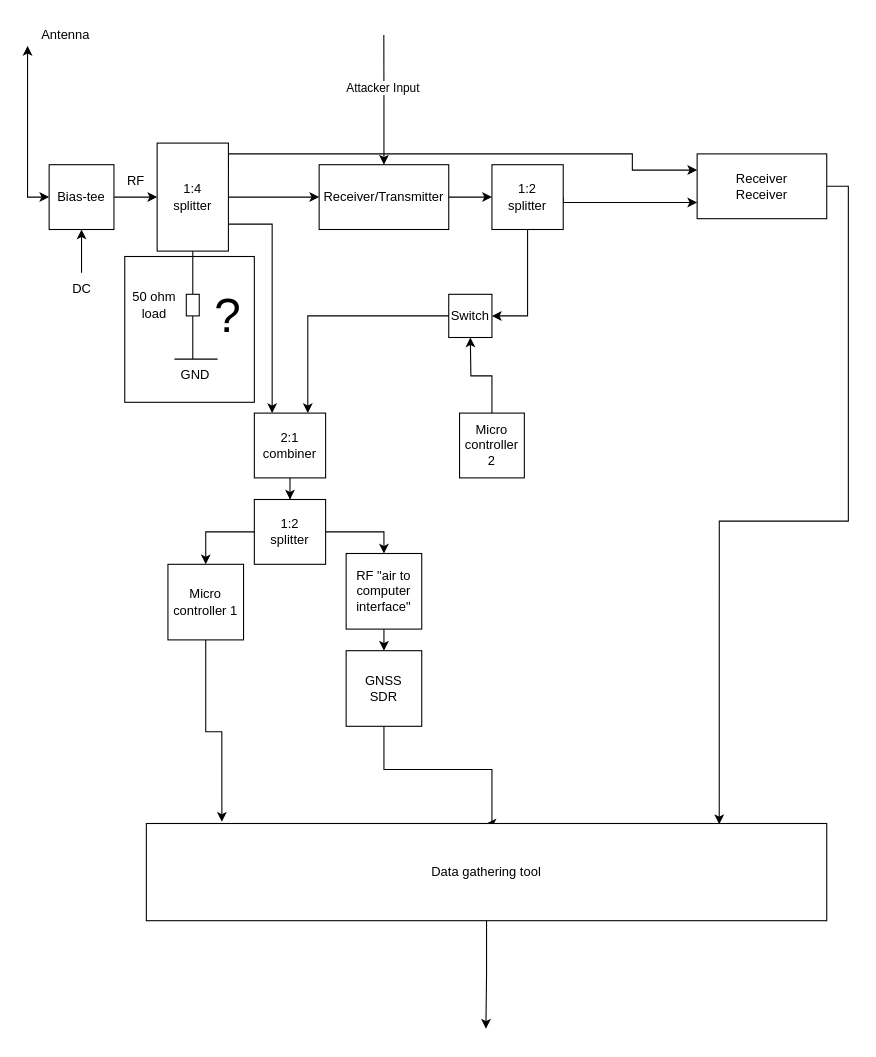
Earlier version of the draw.io diagram page "Radio Circuit" (3 of 4) of GNSS Datalogger Blockdiagram.drawio (torejohansson97/tightly-coupled-gnss-data-logger). Source tidied: cells renumbered, new cells numbered last; positions are measured from the earlier drawing's top-left corner, leaving out a move shared by most shapes. Both pictures are drawn from the tidied source at 108%, with x=0, y=0 at pixel (27, 18).
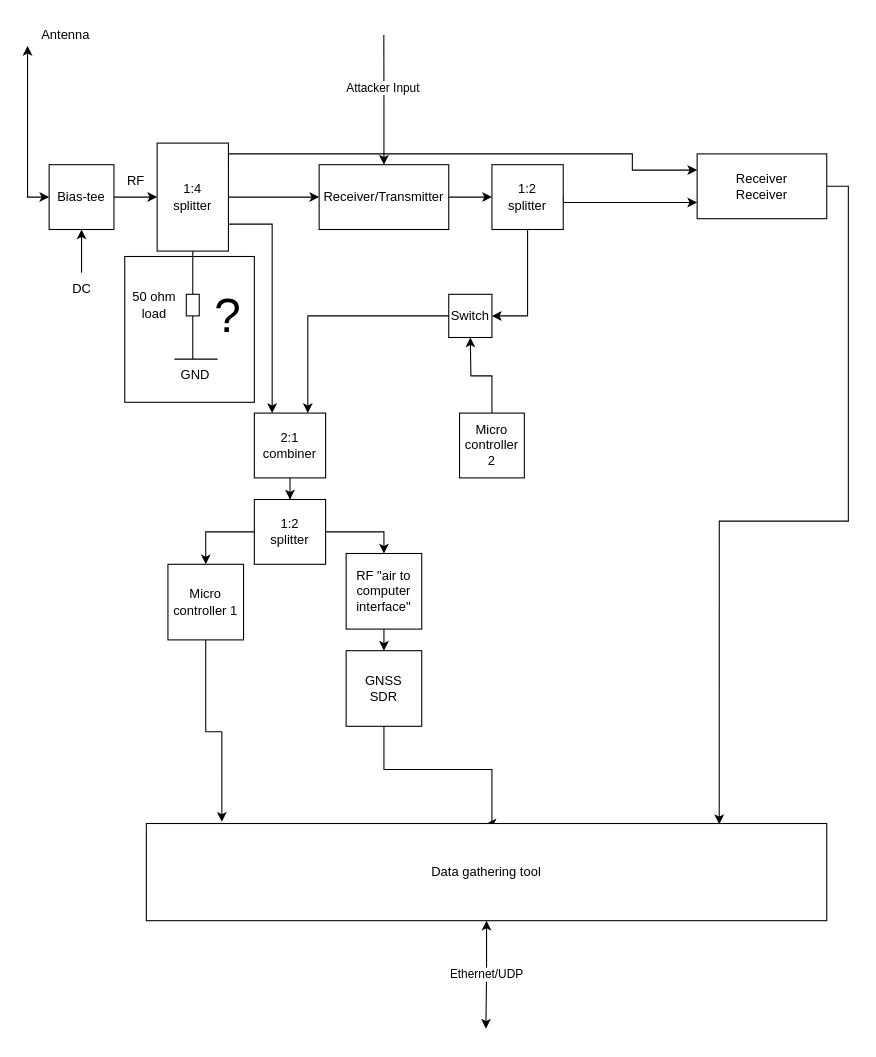
Above is the later version.

Commit message (it also covers changes not shown here):
Added configuration server and connection to it (both way Ethernet)

The change refers to these unchanged cells:
```xml
<mxCell id="43" value="Data gathering tool" style="rounded=0;whiteSpace=wrap;html=1;" parent="1" vertex="1">
  <mxGeometry x="110" y="745" width="630" height="90" as="geometry" />
</mxCell>
```

Change to the diagram source:
```diff
@@
-    <mxCell id="42" style="edgeStyle=orthogonalEdgeStyle;rounded=0;jettySize=auto;html=1;exitX=0.5;exitY=1;exitDx=0;exitDy=0;" parent="1" edge="1" source="43">
+    <mxCell id="42" value="Ethernet/UDP" style="edgeStyle=orthogonalEdgeStyle;rounded=0;jettySize=auto;html=1;exitX=0.5;exitY=1;exitDx=0;exitDy=0;startArrow=classic;startFill=1;" parent="1" edge="1" source="43">
       <mxGeometry relative="1" as="geometry">
         <mxPoint x="424.4" y="935" as="targetPoint" />
       </mxGeometry>
     </mxCell>
```
